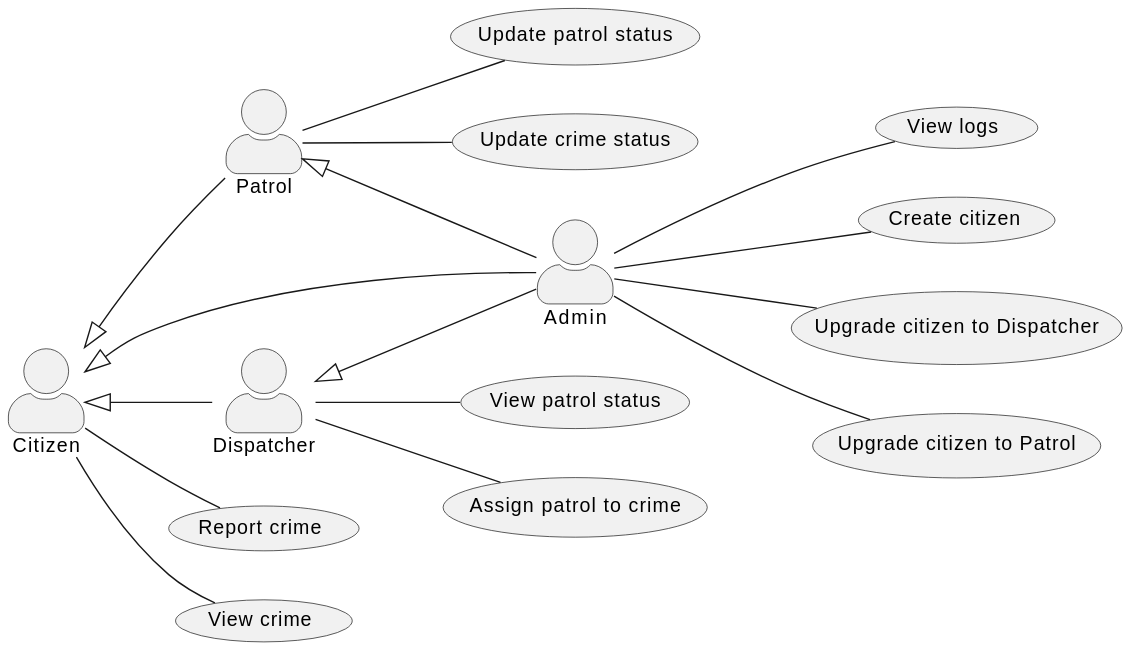
GuanJms/crime-surveillance keeps this PlantUML diagram as docs/use_case/use_case.svg. Above is the earlier version. Source of this version:
```plantuml
@startuml
left to right direction
skinparam actorStyle awesome

actor Citizen
actor Patrol
actor Dispatcher
actor Admin

Citizen <|-- Patrol
Citizen <|-- Dispatcher
Citizen <|-- Admin
Patrol  <|-- Admin
Dispatcher <|-- Admin


usecase "Report crime" as UC_ReportCrime
usecase "View crime" as UC_ViewCrime
usecase "Assign patrol to crime" as UC_AssignPatrol
usecase "Update patrol status" as UC_UpdatePatrol
usecase "Update crime status" as UC_UpdateCrime
usecase "View patrol status" as UC_ViewPatrol
usecase "View logs" as UC_ViewLogs
usecase "Create citizen" as UC_CreateCitizen
usecase "Upgrade citizen to Dispatcher" as UC_UpgradeDispatcher
usecase "Upgrade citizen to Patrol" as UC_UpgradePatrol

Citizen -- UC_ReportCrime
Citizen -- UC_ViewCrime

Patrol -- UC_UpdatePatrol
Patrol -- UC_UpdateCrime

Dispatcher -- UC_ViewPatrol
Dispatcher -- UC_AssignPatrol

Admin -- UC_ViewLogs
Admin -- UC_CreateCitizen
Admin -- UC_UpgradeDispatcher
Admin -- UC_UpgradePatrol
@enduml
```
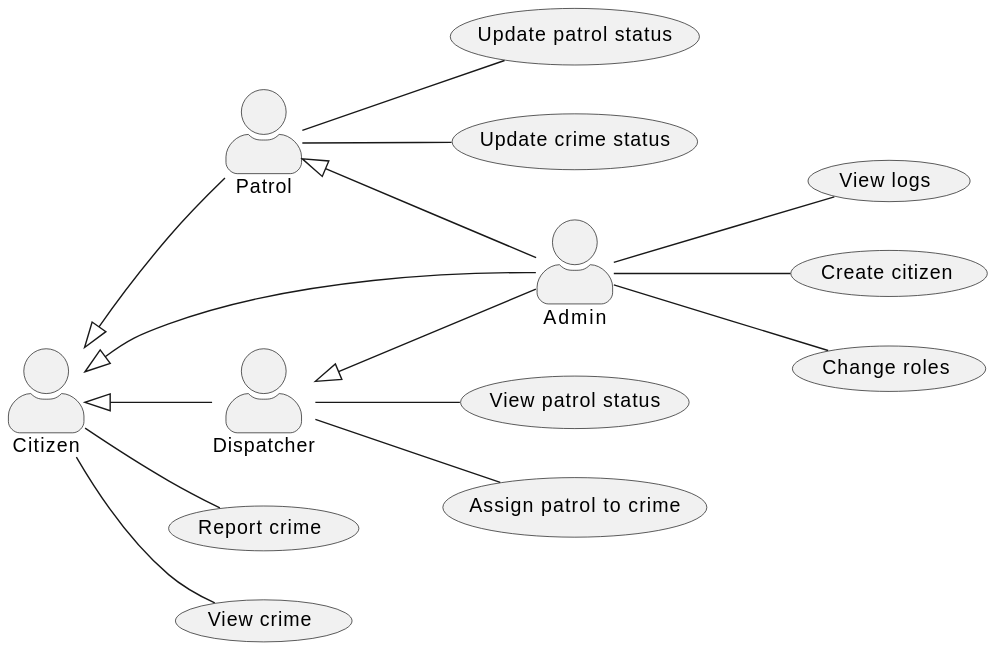
Above is the later version.

The edit, as a diff of the source:
```diff
@@ -22,8 +22,8 @@
 usecase "View patrol status" as UC_ViewPatrol
 usecase "View logs" as UC_ViewLogs
 usecase "Create citizen" as UC_CreateCitizen
-usecase "Upgrade citizen to Dispatcher" as UC_UpgradeDispatcher
-usecase "Upgrade citizen to Patrol" as UC_UpgradePatrol
+usecase "Change roles" as UC_ChangeRoles
+
 
 Citizen -- UC_ReportCrime
 Citizen -- UC_ViewCrime
@@ -36,6 +36,5 @@
 
 Admin -- UC_ViewLogs
 Admin -- UC_CreateCitizen
-Admin -- UC_UpgradeDispatcher
-Admin -- UC_UpgradePatrol
+Admin -- UC_ChangeRoles
 @enduml
```
